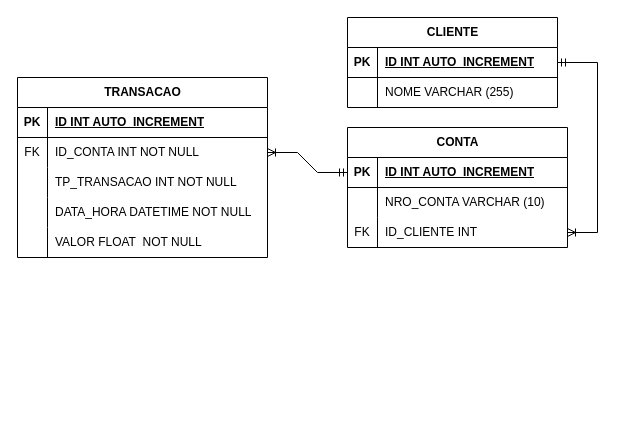
samueldelorenzi/BancoDeDadosI keeps this draw.io diagram as Diagramas/Aula04.drawio. Above is the earlier version. Source tidied: cells renumbered, new cells numbered last; positions are measured from the earlier drawing's top-left corner, leaving out a move shared by most shapes. Both pictures are drawn from the tidied source at 100%, with x=0, y=0 at pixel (17, 17).
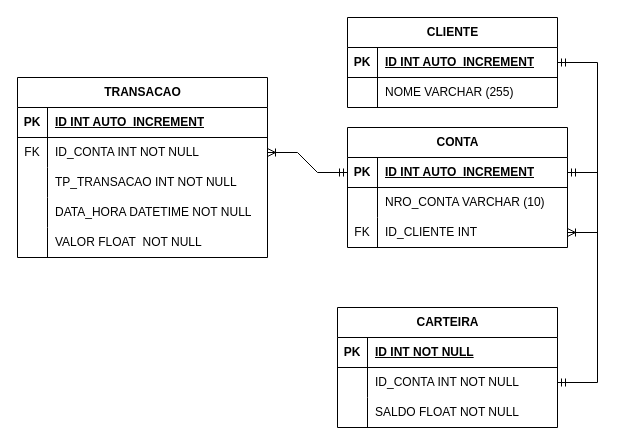
The same page after the edit.

Unchanged cells that the change refers to:
```xml
<mxCell id="10" style="shape=tableRow;horizontal=0;startSize=0;swimlaneHead=0;swimlaneBody=0;fillColor=none;points=[[0,0.5],[1,0.5]];portConstraint=eastwest;top=0;left=0;right=0;bottom=1;" parent="9" vertex="1">
  <mxGeometry y="30" width="220" height="30" as="geometry" />
</mxCell>
```

Diff of the diagram source:
```diff
@@
+    <mxCell id="37" value="CARTEIRA" style="shape=table;startSize=30;childLayout=tableLayout;rowLines=0;fontStyle=1;align=center;html=1;" parent="1" vertex="1">
+      <mxGeometry x="320" y="290" width="220" height="120" as="geometry" />
+    </mxCell>
+    <mxCell id="38" style="shape=tableRow;horizontal=0;startSize=0;swimlaneHead=0;swimlaneBody=0;fillColor=none;top=0;left=0;right=0;bottom=1;" parent="37" vertex="1">
+      <mxGeometry y="30" width="220" height="30" as="geometry" />
+    </mxCell>
+    <mxCell id="39" value="PK" style="shape=partialRectangle;fillColor=none;top=0;left=0;bottom=0;right=0;fontStyle=1;overflow=hidden;whiteSpace=wrap;html=1;" parent="38" vertex="1">
+      <mxGeometry width="30" height="30" as="geometry" />
+    </mxCell>
+    <mxCell id="40" value="ID INT NOT NULL" style="shape=partialRectangle;fillColor=none;top=0;left=0;bottom=0;right=0;align=left;spacingLeft=6;fontStyle=5;overflow=hidden;whiteSpace=wrap;html=1;" parent="38" vertex="1">
+      <mxGeometry x="30" width="190" height="30" as="geometry" />
+    </mxCell>
+    <mxCell id="41" style="shape=tableRow;horizontal=0;startSize=0;swimlaneHead=0;swimlaneBody=0;fillColor=none;points=[[0,0.5],[1,0.5]];portConstraint=eastwest;top=0;left=0;right=0;bottom=0;" parent="37" vertex="1">
+      <mxGeometry y="60" width="220" height="30" as="geometry" />
+    </mxCell>
+    <mxCell id="42" style="shape=partialRectangle;fillColor=none;top=0;left=0;bottom=0;right=0;overflow=hidden;whiteSpace=wrap;html=1;" parent="41" vertex="1">
+      <mxGeometry width="30" height="30" as="geometry" />
+    </mxCell>
+    <mxCell id="43" value="ID_CONTA INT NOT NULL" style="shape=partialRectangle;fillColor=none;top=0;left=0;bottom=0;right=0;align=left;spacingLeft=6;overflow=hidden;whiteSpace=wrap;html=1;" parent="41" vertex="1">
+      <mxGeometry x="30" width="190" height="30" as="geometry" />
+    </mxCell>
+    <mxCell id="44" style="shape=tableRow;horizontal=0;startSize=0;swimlaneHead=0;swimlaneBody=0;fillColor=none;top=0;left=0;right=0;bottom=0;" parent="37" vertex="1">
+      <mxGeometry y="90" width="220" height="30" as="geometry" />
+    </mxCell>
+    <mxCell id="45" style="shape=partialRectangle;fillColor=none;top=0;left=0;bottom=0;right=0;overflow=hidden;whiteSpace=wrap;html=1;" parent="44" vertex="1">
+      <mxGeometry width="30" height="30" as="geometry" />
+    </mxCell>
+    <mxCell id="46" value="SALDO FLOAT NOT NULL" style="shape=partialRectangle;fillColor=none;top=0;left=0;bottom=0;right=0;align=left;spacingLeft=6;overflow=hidden;whiteSpace=wrap;html=1;" parent="44" vertex="1">
+      <mxGeometry x="30" width="190" height="30" as="geometry" />
+    </mxCell>
+    <mxCell id="47" style="edgeStyle=entityRelationEdgeStyle;fontSize=12;html=1;endArrow=ERmandOne;startArrow=ERmandOne;rounded=0;exitX=1;exitY=0.5;exitDx=0;exitDy=0;" parent="1" edge="1" source="41" target="10">
+      <mxGeometry relative="1" as="geometry" />
+    </mxCell>
```
